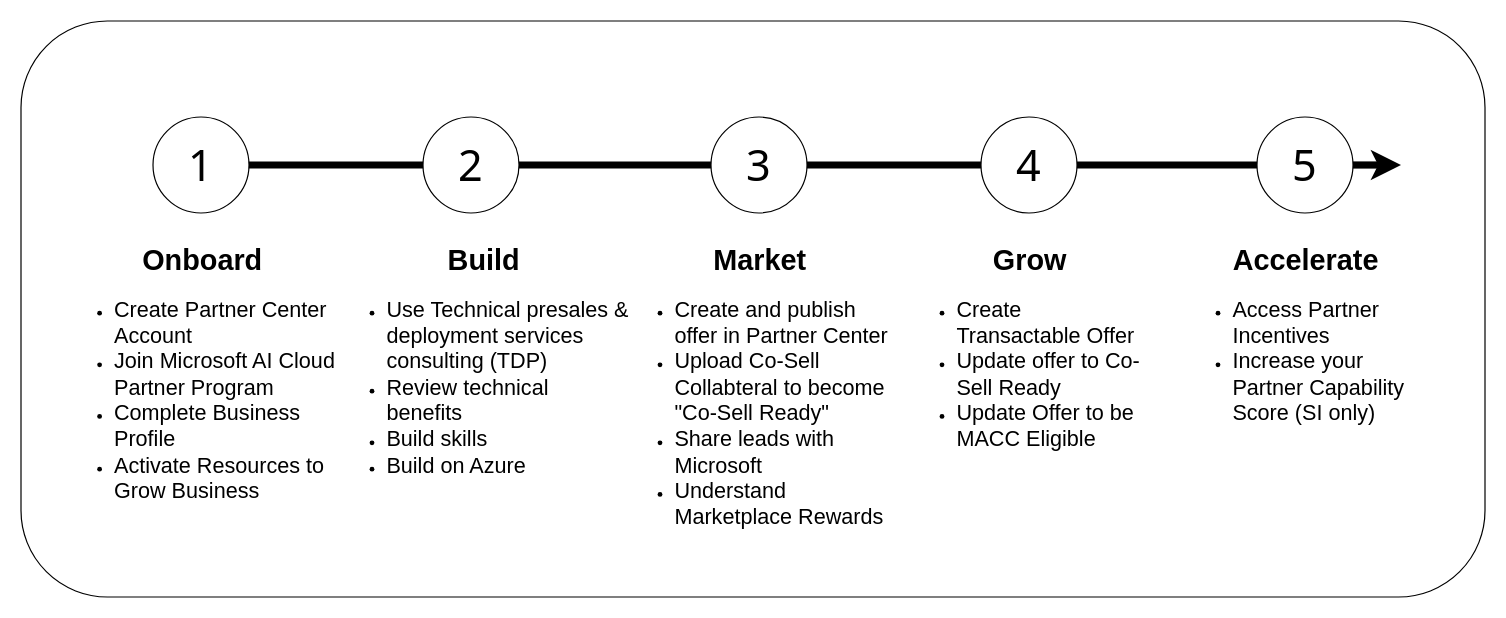
Earlier version of the draw.io diagram assets/partner-onboarding/partner-journey.drawio (microsoft/PartnerResources). Source tidied: cells renumbered, new cells numbered last; positions are measured from the earlier drawing's top-left corner, leaving out a move shared by most shapes. Both pictures are drawn from the tidied source at 120%, with x=0, y=0 at pixel (20, 20).
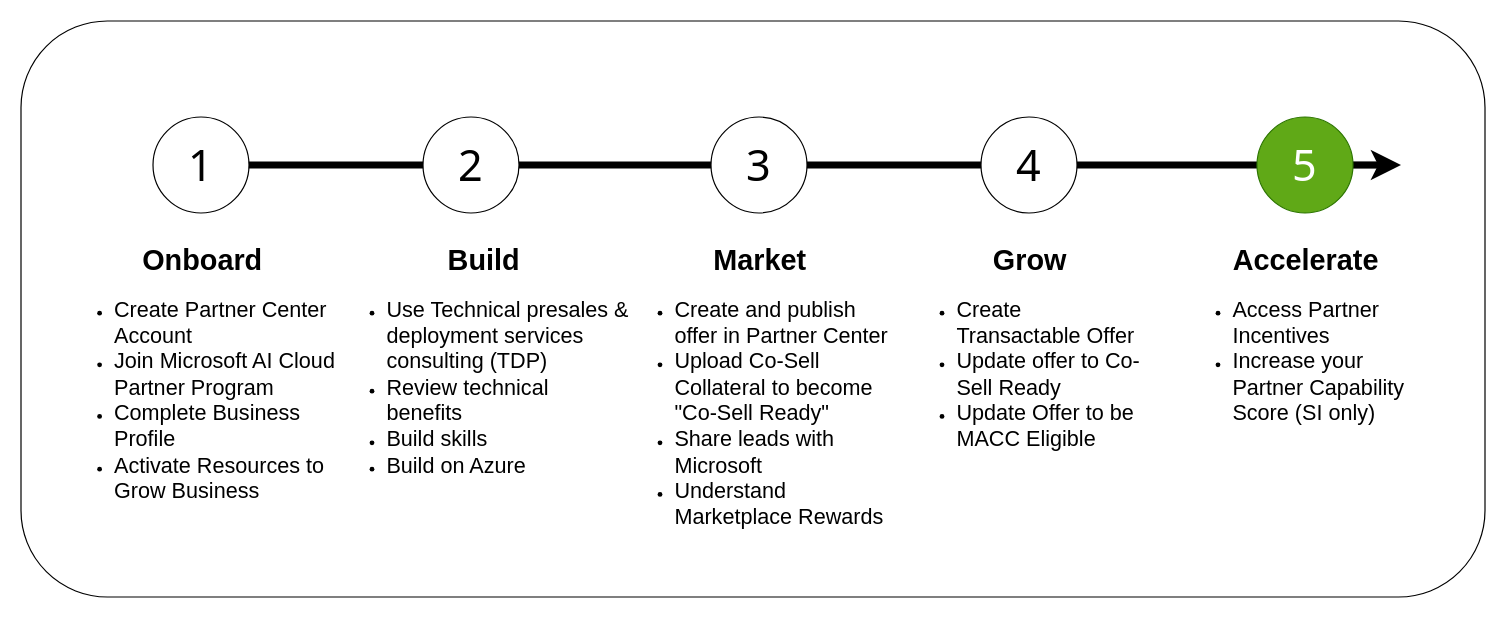
The same diagram, later.

The edit, as a diff of the source:
```diff
@@
 <mxGraphModel>
   <root>
     <mxCell id="0" />
     <mxCell id="1" parent="0" />
     <mxCell id="2" style="rounded=1;whiteSpace=wrap;html=1;fontFamily=Tahoma;fontSize=36;" parent="1" vertex="1">
       <mxGeometry width="1220" height="480" as="geometry" />
     </mxCell>
     <mxCell id="3" value="&lt;h1 style=&quot;text-align: center;&quot;&gt;Onboard&lt;/h1&gt;&lt;p&gt;&lt;/p&gt;&lt;ul&gt;&lt;li style=&quot;&quot;&gt;&lt;span style=&quot;background-color: initial;&quot;&gt;&lt;font style=&quot;font-size: 18px;&quot;&gt;Create Partner Center Account&lt;/font&gt;&lt;/span&gt;&lt;/li&gt;&lt;li style=&quot;&quot;&gt;&lt;font style=&quot;font-size: 18px;&quot;&gt;Join Microsoft AI Cloud Partner Program&lt;/font&gt;&lt;/li&gt;&lt;li style=&quot;&quot;&gt;&lt;font style=&quot;font-size: 18px;&quot;&gt;Complete Business Profile&lt;/font&gt;&lt;/li&gt;&lt;li style=&quot;&quot;&gt;&lt;font style=&quot;font-size: 18px;&quot;&gt;Activate Resources to Grow Business&lt;/font&gt;&lt;/li&gt;&lt;/ul&gt;&lt;p&gt;&lt;span style=&quot;background-color: initial;&quot;&gt;&lt;font size=&quot;3&quot;&gt;&amp;nbsp;&lt;/font&gt;&lt;/span&gt;&lt;br&gt;&lt;/p&gt;" style="text;html=1;strokeColor=none;fillColor=none;spacing=5;spacingTop=-20;whiteSpace=wrap;overflow=hidden;rounded=0;" parent="1" vertex="1">
       <mxGeometry x="32.5" y="180" width="235" height="280" as="geometry" />
     </mxCell>
     <mxCell id="4" value="&lt;h1 style=&quot;text-align: center;&quot;&gt;Build&lt;/h1&gt;&lt;p&gt;&lt;/p&gt;&lt;ul&gt;&lt;li style=&quot;&quot;&gt;&lt;font style=&quot;font-size: 18px;&quot;&gt;&lt;p style=&quot;border-color: var(--border-color); font-variant-numeric: normal; font-variant-east-asian: normal; font-variant-alternates: normal; font-kerning: auto; font-optical-sizing: auto; font-feature-settings: normal; font-variation-settings: normal; font-variant-position: normal; font-stretch: normal; line-height: normal; background-color: initial; margin: 0px; display: inline !important;&quot; class=&quot;p1&quot;&gt;Use Technical presales&amp;nbsp;&lt;/p&gt;&amp;amp; deployment services consulting (TDP)&lt;/font&gt;&lt;/li&gt;&lt;li&gt;&lt;font style=&quot;font-size: 18px;&quot;&gt;Review technical benefits&lt;/font&gt;&lt;/li&gt;&lt;li&gt;&lt;font style=&quot;font-size: 18px;&quot;&gt;Build skills&lt;/font&gt;&lt;/li&gt;&lt;li&gt;&lt;font style=&quot;font-size: 18px;&quot;&gt;Build on Azure&lt;/font&gt;&lt;/li&gt;&lt;/ul&gt;" style="text;html=1;strokeColor=none;fillColor=none;spacing=5;spacingTop=-20;whiteSpace=wrap;overflow=hidden;rounded=0;" parent="1" vertex="1">
       <mxGeometry x="260" y="180" width="250" height="200" as="geometry" />
     </mxCell>
-    <mxCell id="5" value="&lt;h1 style=&quot;text-align: center;&quot;&gt;Market&lt;/h1&gt;&lt;p&gt;&lt;/p&gt;&lt;ul&gt;&lt;li style=&quot;&quot;&gt;&lt;span style=&quot;background-color: initial;&quot;&gt;&lt;font style=&quot;font-size: 18px;&quot;&gt;Create and publish offer in Partner Center&lt;/font&gt;&lt;/span&gt;&lt;/li&gt;&lt;li style=&quot;&quot;&gt;&lt;font style=&quot;font-size: 18px;&quot;&gt;Upload Co-Sell Collabteral to become &quot;Co-Sell Ready&quot;&lt;/font&gt;&lt;/li&gt;&lt;li style=&quot;&quot;&gt;&lt;font style=&quot;font-size: 18px;&quot;&gt;Share leads with Microsoft&lt;/font&gt;&lt;/li&gt;&lt;li style=&quot;&quot;&gt;&lt;font style=&quot;font-size: 18px;&quot;&gt;Understand Marketplace Rewards&lt;/font&gt;&lt;/li&gt;&lt;/ul&gt;" style="text;html=1;strokeColor=none;fillColor=none;spacing=5;spacingTop=-20;whiteSpace=wrap;overflow=hidden;rounded=0;" parent="1" vertex="1">
+    <mxCell id="5" value="&lt;h1 style=&quot;text-align: center;&quot;&gt;Market&lt;/h1&gt;&lt;p&gt;&lt;/p&gt;&lt;ul&gt;&lt;li style=&quot;&quot;&gt;&lt;span style=&quot;background-color: initial;&quot;&gt;&lt;font style=&quot;font-size: 18px;&quot;&gt;Create and publish offer in Partner Center&lt;/font&gt;&lt;/span&gt;&lt;/li&gt;&lt;li style=&quot;&quot;&gt;&lt;font style=&quot;font-size: 18px;&quot;&gt;Upload Co-Sell Collateral to become &quot;Co-Sell Ready&quot;&lt;/font&gt;&lt;/li&gt;&lt;li style=&quot;&quot;&gt;&lt;font style=&quot;font-size: 18px;&quot;&gt;Share leads with Microsoft&lt;/font&gt;&lt;/li&gt;&lt;li style=&quot;&quot;&gt;&lt;font style=&quot;font-size: 18px;&quot;&gt;Understand Marketplace Rewards&lt;/font&gt;&lt;/li&gt;&lt;/ul&gt;" style="text;html=1;strokeColor=none;fillColor=none;spacing=5;spacingTop=-20;whiteSpace=wrap;overflow=hidden;rounded=0;" parent="1" vertex="1">
       <mxGeometry x="500" y="180" width="230" height="290" as="geometry" />
     </mxCell>
     <mxCell id="6" value="&lt;h1 style=&quot;text-align: center;&quot;&gt;Grow&lt;/h1&gt;&lt;p&gt;&lt;/p&gt;&lt;ul&gt;&lt;li style=&quot;&quot;&gt;&lt;span style=&quot;background-color: initial;&quot;&gt;&lt;font style=&quot;font-size: 18px;&quot;&gt;Create Transactable Offer&lt;/font&gt;&lt;/span&gt;&lt;/li&gt;&lt;li style=&quot;&quot;&gt;&lt;span style=&quot;background-color: initial;&quot;&gt;&lt;font style=&quot;font-size: 18px;&quot;&gt;Update offer to Co-Sell Ready&lt;/font&gt;&lt;/span&gt;&lt;/li&gt;&lt;li style=&quot;&quot;&gt;&lt;span style=&quot;background-color: initial;&quot;&gt;&lt;font style=&quot;font-size: 18px;&quot;&gt;Update Offer to be MACC Eligible&lt;/font&gt;&lt;/span&gt;&lt;/li&gt;&lt;/ul&gt;" style="text;html=1;strokeColor=none;fillColor=none;spacing=5;spacingTop=-20;whiteSpace=wrap;overflow=hidden;rounded=0;" parent="1" vertex="1">
       <mxGeometry x="735" y="180" width="210" height="200" as="geometry" />
     </mxCell>
     <mxCell id="7" value="&lt;h1 style=&quot;text-align: center;&quot;&gt;Accelerate&lt;/h1&gt;&lt;p&gt;&lt;/p&gt;&lt;ul&gt;&lt;li style=&quot;&quot;&gt;&lt;span style=&quot;background-color: initial;&quot;&gt;&lt;font style=&quot;font-size: 18px;&quot;&gt;Access Partner Incentives&lt;/font&gt;&lt;/span&gt;&lt;/li&gt;&lt;li style=&quot;&quot;&gt;&lt;font style=&quot;font-size: 18px;&quot;&gt;Increase your Partner Capability Score (SI only)&lt;/font&gt;&lt;/li&gt;&lt;/ul&gt;" style="text;html=1;strokeColor=none;fillColor=none;spacing=5;spacingTop=-20;whiteSpace=wrap;overflow=hidden;rounded=0;" parent="1" vertex="1">
       <mxGeometry x="965" y="180" width="210" height="200" as="geometry" />
     </mxCell>
     <mxCell id="8" style="endArrow=classic;html=1;strokeWidth=6;startArrow=none;" parent="1" edge="1" source="17">
       <mxGeometry relative="1" as="geometry">
         <mxPoint x="1150" y="120" as="targetPoint" />
       </mxGeometry>
     </mxCell>
     <mxCell id="9" style="endArrow=none;html=1;strokeWidth=6;" parent="1" edge="1" target="10">
       <mxGeometry relative="1" as="geometry">
         <mxPoint x="130" y="120" as="sourcePoint" />
       </mxGeometry>
     </mxCell>
     <mxCell id="10" value="&lt;font face=&quot;Tahoma&quot;&gt;&lt;span style=&quot;font-size: 36px;&quot;&gt;2&lt;/span&gt;&lt;/font&gt;" style="ellipse;whiteSpace=wrap;html=1;" parent="1" vertex="1">
       <mxGeometry x="335" y="80" width="80" height="80" as="geometry" />
     </mxCell>
     <mxCell id="11" value="&lt;font style=&quot;font-size: 36px;&quot; face=&quot;Tahoma&quot;&gt;1&lt;/font&gt;" style="ellipse;whiteSpace=wrap;html=1;" parent="1" vertex="1">
       <mxGeometry x="110" y="80" width="80" height="80" as="geometry" />
     </mxCell>
     <mxCell id="12" style="endArrow=none;html=1;strokeWidth=6;startArrow=none;" parent="1" edge="1" source="10" target="13">
       <mxGeometry relative="1" as="geometry" />
     </mxCell>
     <mxCell id="13" value="&lt;font face=&quot;Tahoma&quot;&gt;&lt;span style=&quot;font-size: 36px;&quot;&gt;3&lt;/span&gt;&lt;/font&gt;" style="ellipse;whiteSpace=wrap;html=1;" parent="1" vertex="1">
       <mxGeometry x="575" y="80" width="80" height="80" as="geometry" />
     </mxCell>
     <mxCell id="14" style="endArrow=none;html=1;strokeWidth=6;startArrow=none;" parent="1" edge="1" source="13" target="15">
       <mxGeometry relative="1" as="geometry" />
     </mxCell>
     <mxCell id="15" value="&lt;font face=&quot;Tahoma&quot;&gt;&lt;span style=&quot;font-size: 36px;&quot;&gt;4&lt;/span&gt;&lt;/font&gt;" style="ellipse;whiteSpace=wrap;html=1;" parent="1" vertex="1">
       <mxGeometry x="800" y="80" width="80" height="80" as="geometry" />
     </mxCell>
     <mxCell id="16" style="endArrow=none;html=1;strokeWidth=6;startArrow=none;" parent="1" edge="1" source="15" target="17">
       <mxGeometry relative="1" as="geometry" />
     </mxCell>
-    <mxCell id="17" value="&lt;font face=&quot;Tahoma&quot;&gt;&lt;span style=&quot;font-size: 36px;&quot;&gt;5&lt;/span&gt;&lt;/font&gt;" style="ellipse;whiteSpace=wrap;html=1;" parent="1" vertex="1">
+    <mxCell id="17" value="&lt;font face=&quot;Tahoma&quot;&gt;&lt;span style=&quot;font-size: 36px;&quot;&gt;5&lt;/span&gt;&lt;/font&gt;" style="ellipse;whiteSpace=wrap;html=1;fillColor=#60a917;fontColor=#ffffff;strokeColor=#2D7600;" parent="1" vertex="1">
       <mxGeometry x="1030" y="80" width="80" height="80" as="geometry" />
     </mxCell>
   </root>
 </mxGraphModel>
```
